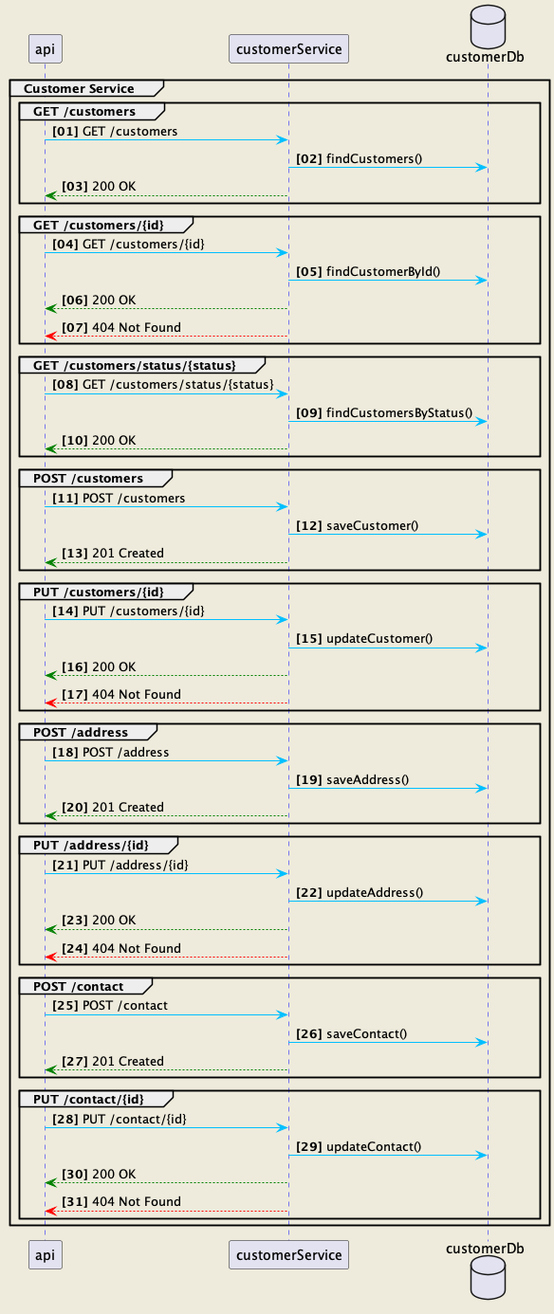
Above: docs/customer.png in C0d3N1nJ4/customer-service (PlantUML), before the change. The source it was exported from:
```plantuml
@startuml
skinparam backgroundColor #EEEBDC
skinparam sequence {
ArrowColor DeepSkyBlue
ActorBorderColor DeepSkyBlue
LifeLineBorderColor blue
LifeLineBackgroundColor #A9DCDF}

autonumber 1 1 "<b>[00]"
group Customer Service
    group GET /customers
        api -> customerService: GET /customers
        database    customerDb    as customerDb
        customerService -> customerDb: findCustomers()
        api <-[#green]- customerService: 200 OK
    end
    group GET /customers/{id}
        api -> customerService: GET /customers/{id}
        customerService -> customerDb: findCustomerById()
        api <-[#green]- customerService: 200 OK
        api <-[#red]- customerService: 404 Not Found
    end
    group GET /customers/status/{status}
        api -> customerService: GET /customers/status/{status}
        customerService -> customerDb: findCustomersByStatus()
        api <-[#green]- customerService: 200 OK
    end
    group POST /customers
        api -> customerService: POST /customers
        customerService -> customerDb: saveCustomer()
        api <-[#green]- customerService: 201 Created
    end
    group PUT /customers/{id}
        api -> customerService: PUT /customers/{id}
        customerService -> customerDb: updateCustomer()
        api <-[#green]- customerService: 200 OK
        api <-[#red]- customerService: 404 Not Found
    end
    group POST /address
        api -> customerService: POST /address
        customerService -> customerDb: saveAddress()
        api <-[#green]- customerService: 201 Created
    end
    group PUT /address/{id}
        api -> customerService: PUT /address/{id}
        customerService -> customerDb: updateAddress()
        api <-[#green]- customerService: 200 OK
        api <-[#red]- customerService: 404 Not Found
    end
    group POST /contact
        api -> customerService: POST /contact
        customerService -> customerDb: saveContact()
        api <-[#green]- customerService: 201 Created
    end
    group PUT /contact/{id}
        api -> customerService: PUT /contact/{id}
        customerService -> customerDb: updateContact()
        api <-[#green]- customerService: 200 OK
        api <-[#red]- customerService: 404 Not Found
    end
end
@enduml
```
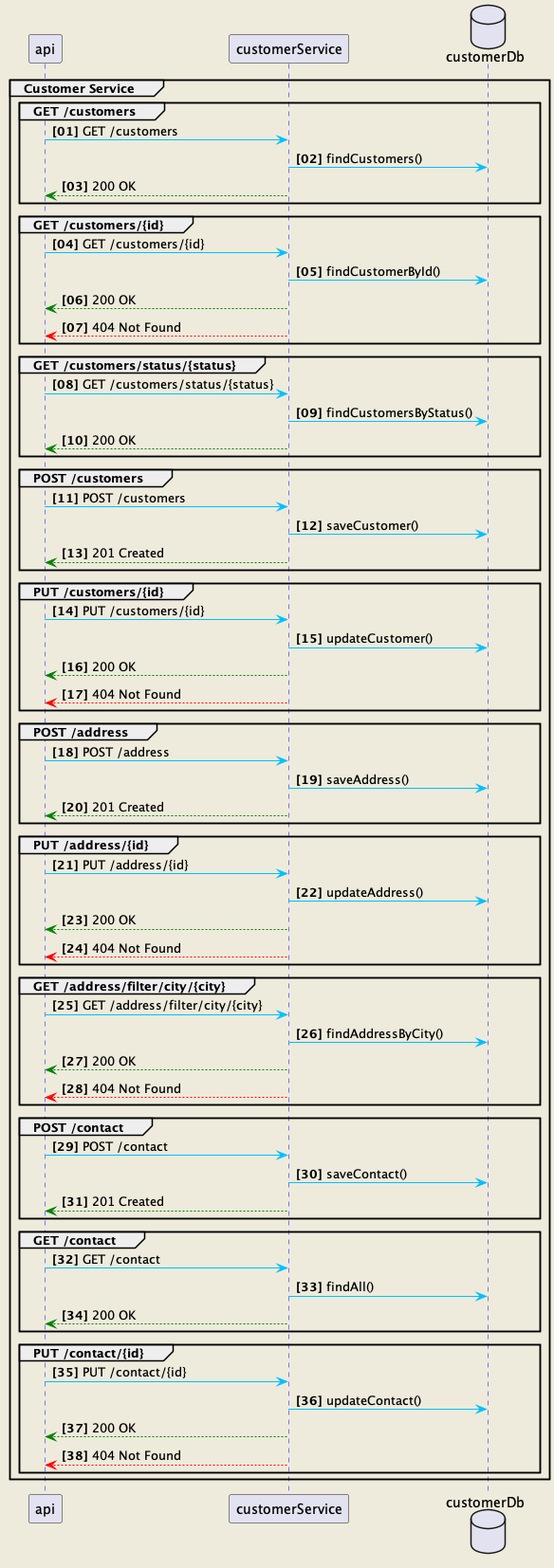
After the commit.

Commit message:
Including sequence diagram

Diff of the diagram source:
```diff
@@ -47,10 +47,21 @@
         api <-[#green]- customerService: 200 OK
         api <-[#red]- customerService: 404 Not Found
     end
+    group GET /address/filter/city/{city}
+        api -> customerService: GET /address/filter/city/{city}
+        customerService -> customerDb: findAddressByCity()
+        api <-[#green]- customerService: 200 OK
+        api <-[#red]- customerService: 404 Not Found
+    end
     group POST /contact
         api -> customerService: POST /contact
         customerService -> customerDb: saveContact()
         api <-[#green]- customerService: 201 Created
+    end
+    group GET /contact
+        api -> customerService: GET /contact
+        customerService -> customerDb: findAll()
+        api <-[#green]- customerService: 200 OK
     end
     group PUT /contact/{id}
         api -> customerService: PUT /contact/{id}
```
